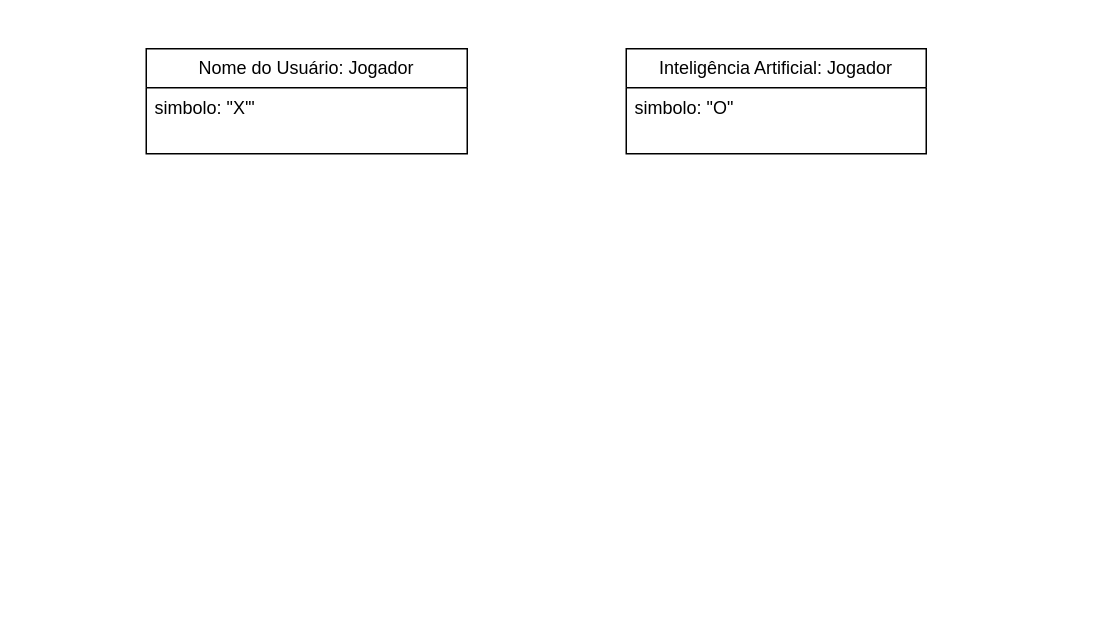
This is mini_projeto_3/Projeto_3/diagrama_de_objetos.drawio from antonioscarvalho/Projetos-Orientados-a-Objetos, a draw.io file, before an edit. Source tidied: cells renumbered, new cells numbered last; positions are measured from the earlier drawing's top-left corner, leaving out a move shared by most shapes. Both pictures are drawn from the tidied source at 150%, with x=0, y=0 at pixel (146, 48).
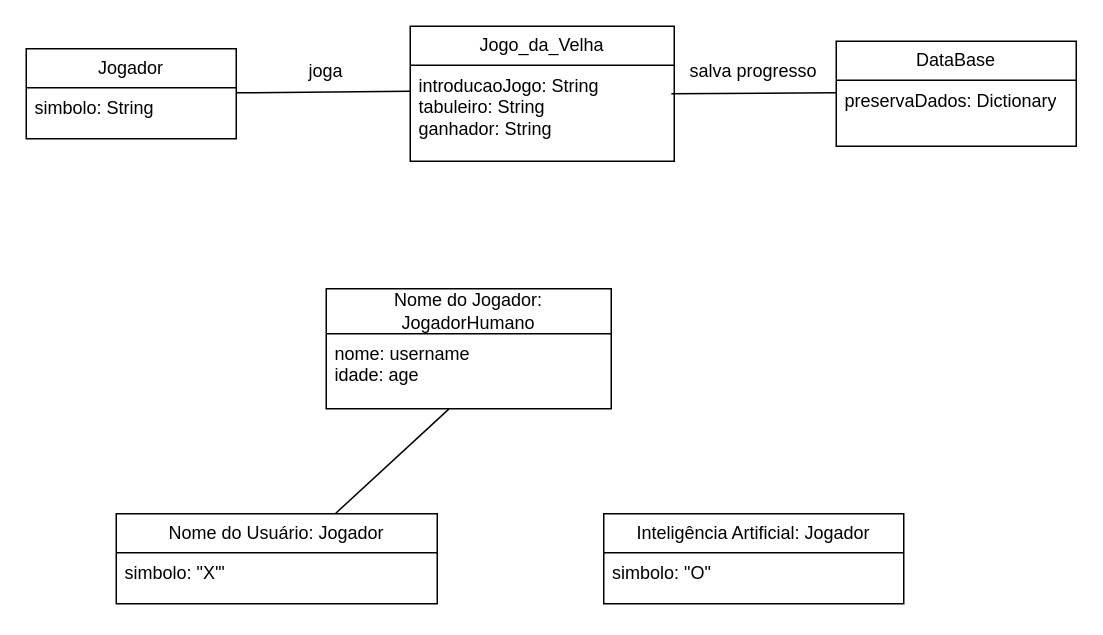
Above is the later version.

What changed in the source:
```diff
@@
 <mxGraphModel>
   <root>
     <mxCell id="0" />
     <mxCell id="1" parent="0" />
     <mxCell id="2" value="Inteligência Artificial: Jogador" style="swimlane;fontStyle=0;horizontal=1;startSize=26;fillColor=none;whiteSpace=wrap;html=1;" parent="1" vertex="1">
-      <mxGeometry x="320" width="200" height="70" as="geometry" />
+      <mxGeometry x="305" y="310" width="200" height="60" as="geometry" />
     </mxCell>
     <mxCell id="3" value="simbolo: &quot;O&quot;" style="text;strokeColor=none;fillColor=none;align=left;verticalAlign=top;spacingLeft=4;spacingRight=4;overflow=hidden;whiteSpace=wrap;html=1;" parent="2" vertex="1">
-      <mxGeometry y="26" width="200" height="44" as="geometry" />
+      <mxGeometry y="26" width="200" height="34" as="geometry" />
     </mxCell>
     <mxCell id="4" value="Nome do Usuário: Jogador" style="swimlane;fontStyle=0;horizontal=1;startSize=26;fillColor=none;whiteSpace=wrap;html=1;" parent="1" vertex="1">
-      <mxGeometry width="214" height="70" as="geometry" />
+      <mxGeometry x="-20" y="310" width="214" height="60" as="geometry" />
     </mxCell>
     <mxCell id="5" value="simbolo: &quot;X'&quot;" style="text;strokeColor=none;fillColor=none;align=left;verticalAlign=top;spacingLeft=4;spacingRight=4;overflow=hidden;whiteSpace=wrap;html=1;" parent="4" vertex="1">
-      <mxGeometry y="26" width="214" height="44" as="geometry" />
+      <mxGeometry y="26" width="214" height="34" as="geometry" />
     </mxCell>
+    <mxCell id="6" value="Jogador" style="swimlane;fontStyle=0;horizontal=1;startSize=26;fillColor=none;whiteSpace=wrap;html=1;" parent="1" vertex="1">
+      <mxGeometry x="-80" width="140" height="60" as="geometry" />
+    </mxCell>
+    <mxCell id="7" value="simbolo: String" style="text;strokeColor=none;fillColor=none;align=left;verticalAlign=top;spacingLeft=4;spacingRight=4;overflow=hidden;whiteSpace=wrap;html=1;" parent="6" vertex="1">
+      <mxGeometry y="26" width="140" height="34" as="geometry" />
+    </mxCell>
+    <mxCell id="8" value="Jogo_da_Velha" style="swimlane;fontStyle=0;horizontal=1;startSize=26;fillColor=none;whiteSpace=wrap;html=1;" parent="1" vertex="1">
+      <mxGeometry x="176" y="-15" width="176" height="90" as="geometry" />
+    </mxCell>
+    <mxCell id="9" value="introducaoJogo: String&lt;br style=&quot;border-color: var(--border-color);&quot;&gt;tabuleiro: String&lt;br style=&quot;border-color: var(--border-color);&quot;&gt;ganhador: String" style="text;strokeColor=none;fillColor=none;align=left;verticalAlign=top;spacingLeft=4;spacingRight=4;overflow=hidden;points=[[0,0.5],[1,0.5]];portConstraint=eastwest;whiteSpace=wrap;html=1;" parent="8" vertex="1">
+      <mxGeometry y="26" width="176" height="64" as="geometry" />
+    </mxCell>
+    <mxCell id="10" style="endArrow=none;html=1;rounded=0;entryX=-0.001;entryY=0.272;entryDx=0;entryDy=0;entryPerimeter=0;" parent="1" edge="1" source="6" target="9">
+      <mxGeometry relative="1" as="geometry" />
+    </mxCell>
+    <mxCell id="11" value="DataBase" style="swimlane;fontStyle=0;horizontal=1;startSize=26;fillColor=none;whiteSpace=wrap;html=1;" parent="1" vertex="1">
+      <mxGeometry x="460" y="-5" width="160" height="70" as="geometry" />
+    </mxCell>
+    <mxCell id="12" value="preservaDados: Dictionary" style="text;strokeColor=none;fillColor=none;align=left;verticalAlign=top;spacingLeft=4;spacingRight=4;overflow=hidden;points=[[0,0.5],[1,0.5]];portConstraint=eastwest;whiteSpace=wrap;html=1;" parent="11" vertex="1">
+      <mxGeometry y="26" width="160" height="44" as="geometry" />
+    </mxCell>
+    <mxCell id="13" style="endArrow=none;html=1;rounded=0;entryX=0.002;entryY=0.19;entryDx=0;entryDy=0;entryPerimeter=0;exitX=0.989;exitY=0.297;exitDx=0;exitDy=0;exitPerimeter=0;" parent="1" edge="1" source="9" target="12">
+      <mxGeometry relative="1" as="geometry" />
+    </mxCell>
+    <mxCell id="14" value="joga" style="text;html=1;strokeColor=none;fillColor=none;align=center;verticalAlign=middle;whiteSpace=wrap;rounded=0;" parent="1" vertex="1">
+      <mxGeometry x="90" width="60" height="30" as="geometry" />
+    </mxCell>
+    <mxCell id="15" value="salva progresso" style="text;html=1;strokeColor=none;fillColor=none;align=center;verticalAlign=middle;whiteSpace=wrap;rounded=0;" parent="1" vertex="1">
+      <mxGeometry x="360" y="-10" width="90" height="50" as="geometry" />
+    </mxCell>
+    <mxCell id="16" value="Nome do Jogador: JogadorHumano" style="swimlane;fontStyle=0;horizontal=1;startSize=30;fillColor=none;whiteSpace=wrap;html=1;" parent="1" vertex="1">
+      <mxGeometry x="120" y="160" width="190" height="80" as="geometry" />
+    </mxCell>
+    <mxCell id="17" value="nome: username&lt;br&gt;idade: age" style="text;strokeColor=none;fillColor=none;align=left;verticalAlign=top;spacingLeft=4;spacingRight=4;overflow=hidden;points=[[0,0.5],[1,0.5]];portConstraint=eastwest;whiteSpace=wrap;html=1;" parent="16" vertex="1">
+      <mxGeometry y="30" width="190" height="50" as="geometry" />
+    </mxCell>
+    <mxCell id="18" style="endArrow=none;html=1;rounded=0;entryX=0.43;entryY=1.005;entryDx=0;entryDy=0;entryPerimeter=0;" parent="1" edge="1" target="17">
+      <mxGeometry relative="1" as="geometry">
+        <mxPoint x="126" y="310" as="sourcePoint" />
+      </mxGeometry>
+    </mxCell>
   </root>
 </mxGraphModel>
```
